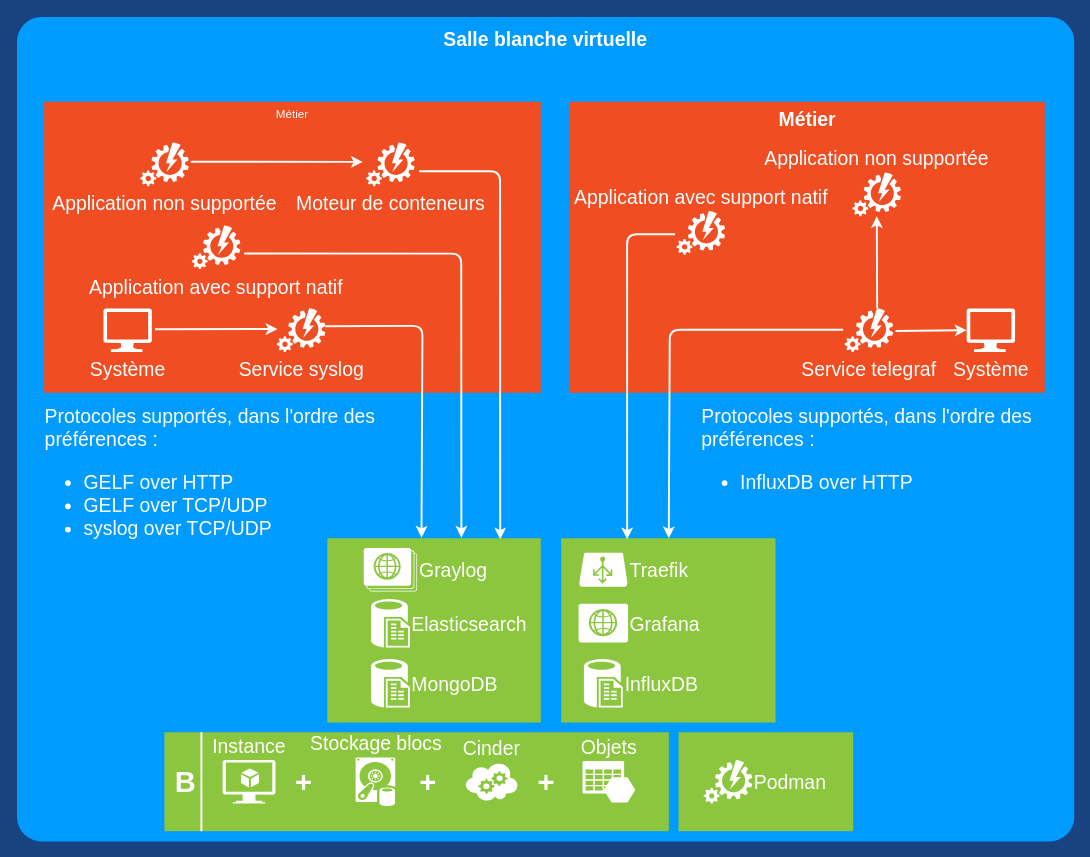
139bercy/cloud-appliance-observability keeps this draw.io diagram as page "Remontée des informations" (2 of 2) of docs/diagrammes.drawio. Above is the earlier version. Source tidied: cells renumbered, new cells numbered last; positions are measured from the earlier drawing's top-left corner, leaving out a move shared by most shapes. Both pictures are drawn from the tidied source at 97%, with x=0, y=0 at pixel (16, 16).
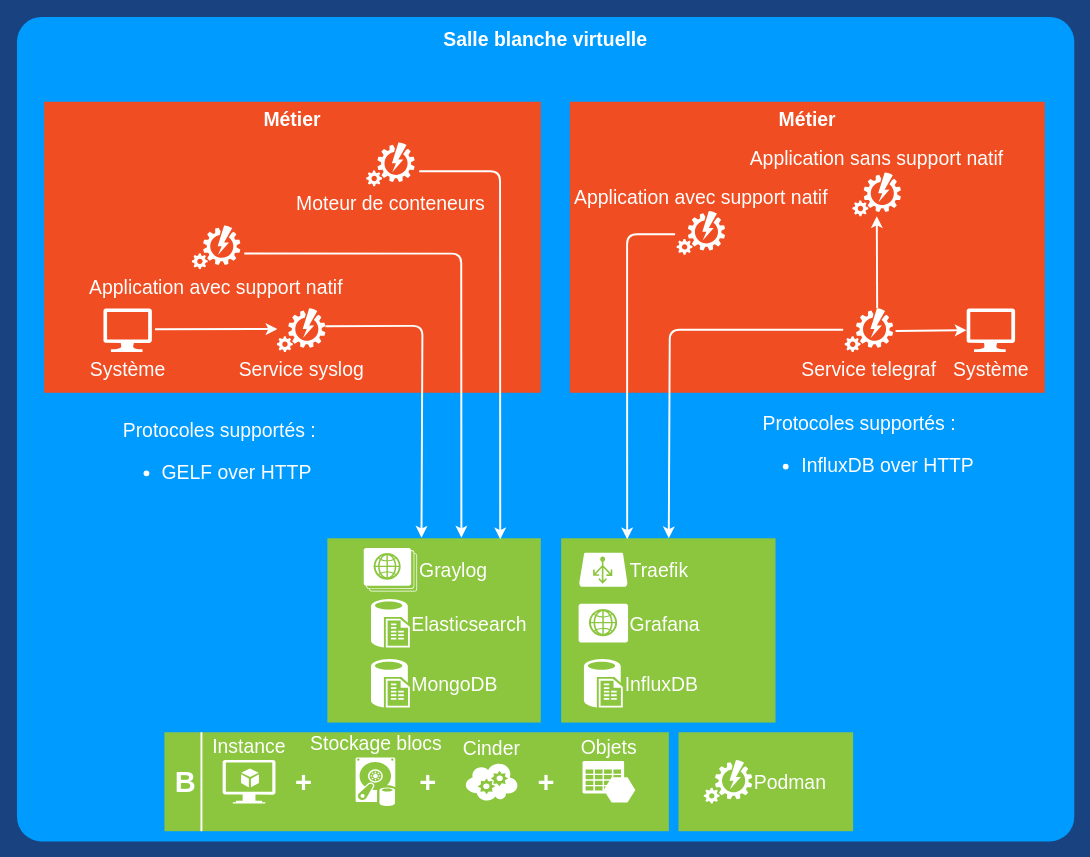
The same diagram, later.

The change refers to these unchanged cells:
```xml
<mxCell id="29" value="Moteur de conteneurs" style="verticalLabelPosition=bottom;html=1;verticalAlign=top;align=center;strokeColor=none;fillColor=#FFFFFF;shape=mxgraph.azure.automation;fontColor=#FFFFFF;fontSize=20;" parent="1" vertex="1">
  <mxGeometry x="360" y="129.4" width="50" height="45" as="geometry" />
</mxCell>
```

The edit, as a diff of the source:
```diff
@@
-    <mxCell id="23" value="Métier" style="rounded=0;whiteSpace=wrap;html=1;shadow=0;strokeWidth=2;fillColor=#F04D22;fontSize=12;fontColor=#FFFFFF;align=center;strokeColor=none;arcSize=3;verticalAlign=top;" parent="1" vertex="1">
+    <mxCell id="23" value="Métier" style="rounded=0;whiteSpace=wrap;html=1;shadow=0;strokeWidth=2;fillColor=#F04D22;fontSize=20;fontColor=#FFFFFF;align=center;strokeColor=none;arcSize=3;verticalAlign=top;fontStyle=1;" parent="1" vertex="1">
       <mxGeometry x="28" y="87.4" width="512" height="300" as="geometry" />
     </mxCell>
@@
-    <mxCell id="28" value="Application non supportée" style="verticalLabelPosition=bottom;html=1;verticalAlign=top;align=center;strokeColor=none;fillColor=#FFFFFF;shape=mxgraph.azure.automation;fontColor=#FFFFFF;fontSize=20;" parent="1" vertex="1">
-      <mxGeometry x="127.1" y="129.4" width="50" height="45" as="geometry" />
-    </mxCell>
@@
-    <mxCell id="31" style="endArrow=classic;html=1;fontColor=#FFFFFF;strokeColor=#FFFFFF;strokeWidth=2;entryX=-0.07;entryY=0.444;entryDx=0;entryDy=0;entryPerimeter=0;exitX=1.041;exitY=0.442;exitDx=0;exitDy=0;exitPerimeter=0;" parent="1" edge="1" source="28" target="29">
-      <mxGeometry relative="1" as="geometry" />
-    </mxCell>
@@
-    <mxCell id="35" value="Application non supportée" style="verticalLabelPosition=top;html=1;verticalAlign=bottom;align=center;strokeColor=none;fillColor=#FFFFFF;shape=mxgraph.azure.automation;fontColor=#FFFFFF;labelPosition=center;fontSize=20;" parent="1" vertex="1">
+    <mxCell id="35" value="Application sans support natif" style="verticalLabelPosition=top;html=1;verticalAlign=bottom;align=center;strokeColor=none;fillColor=#FFFFFF;shape=mxgraph.azure.automation;fontColor=#FFFFFF;labelPosition=center;fontSize=20;" parent="1" vertex="1">
       <mxGeometry x="861.3" y="160.4" width="50" height="45" as="geometry" />
     </mxCell>
@@
-    <mxCell id="38" value="&lt;div style=&quot;text-align: left; font-size: 20px;&quot;&gt;&lt;span style=&quot;font-size: 20px;&quot;&gt;Protocoles supportés, dans l'ordre des préférences :&lt;/span&gt;&lt;/div&gt;&lt;div style=&quot;text-align: left; font-size: 20px;&quot;&gt;&lt;ul style=&quot;font-size: 20px;&quot;&gt;&lt;li style=&quot;font-size: 20px;&quot;&gt;&lt;span style=&quot;font-size: 20px;&quot;&gt;GELF over HTTP&lt;/span&gt;&lt;/li&gt;&lt;li style=&quot;font-size: 20px;&quot;&gt;&lt;span style=&quot;font-size: 20px;&quot;&gt;GELF over TCP/UDP&lt;/span&gt;&lt;/li&gt;&lt;li style=&quot;font-size: 20px;&quot;&gt;&lt;span style=&quot;font-size: 20px;&quot;&gt;syslog over TCP/UDP&lt;/span&gt;&lt;/li&gt;&lt;/ul&gt;&lt;/div&gt;" style="text;html=1;strokeColor=none;fillColor=none;align=center;verticalAlign=middle;whiteSpace=wrap;rounded=0;fontColor=#FFFFFF;fontSize=20;" parent="1" vertex="1">
+    <mxCell id="38" value="&lt;div style=&quot;text-align: left ; font-size: 20px&quot;&gt;&lt;span style=&quot;font-size: 20px&quot;&gt;Protocoles supportés :&lt;/span&gt;&lt;/div&gt;&lt;div style=&quot;text-align: left ; font-size: 20px&quot;&gt;&lt;ul style=&quot;font-size: 20px&quot;&gt;&lt;li style=&quot;font-size: 20px&quot;&gt;&lt;span style=&quot;font-size: 20px&quot;&gt;GELF over HTTP&lt;/span&gt;&lt;/li&gt;&lt;/ul&gt;&lt;/div&gt;" style="text;html=1;strokeColor=none;fillColor=none;align=center;verticalAlign=top;whiteSpace=wrap;rounded=0;fontColor=#FFFFFF;fontSize=20;" parent="1" vertex="1">
       <mxGeometry x="28" y="407.4" width="362" height="142.6" as="geometry" />
     </mxCell>
-    <mxCell id="39" value="&lt;div style=&quot;text-align: left; font-size: 20px;&quot;&gt;&lt;span style=&quot;font-size: 20px;&quot;&gt;Protocoles supportés, dans l'ordre des préférences :&lt;/span&gt;&lt;/div&gt;&lt;div style=&quot;text-align: left; font-size: 20px;&quot;&gt;&lt;ul style=&quot;font-size: 20px;&quot;&gt;&lt;li style=&quot;font-size: 20px;&quot;&gt;InfluxDB over HTTP&lt;/li&gt;&lt;/ul&gt;&lt;/div&gt;" style="text;html=1;strokeColor=none;fillColor=none;align=center;verticalAlign=middle;whiteSpace=wrap;rounded=0;fontColor=#FFFFFF;fontSize=20;" parent="1" vertex="1">
+    <mxCell id="39" value="&lt;div style=&quot;text-align: left ; font-size: 20px&quot;&gt;&lt;span style=&quot;font-size: 20px&quot;&gt;Protocoles supportés :&lt;/span&gt;&lt;/div&gt;&lt;div style=&quot;text-align: left ; font-size: 20px&quot;&gt;&lt;ul style=&quot;font-size: 20px&quot;&gt;&lt;li style=&quot;font-size: 20px&quot;&gt;InfluxDB over HTTP&lt;/li&gt;&lt;/ul&gt;&lt;/div&gt;" style="text;html=1;strokeColor=none;fillColor=none;align=center;verticalAlign=top;whiteSpace=wrap;rounded=0;fontColor=#FFFFFF;fontSize=20;" parent="1" vertex="1">
       <mxGeometry x="705" y="400" width="346.1" height="110" as="geometry" />
     </mxCell>
```
